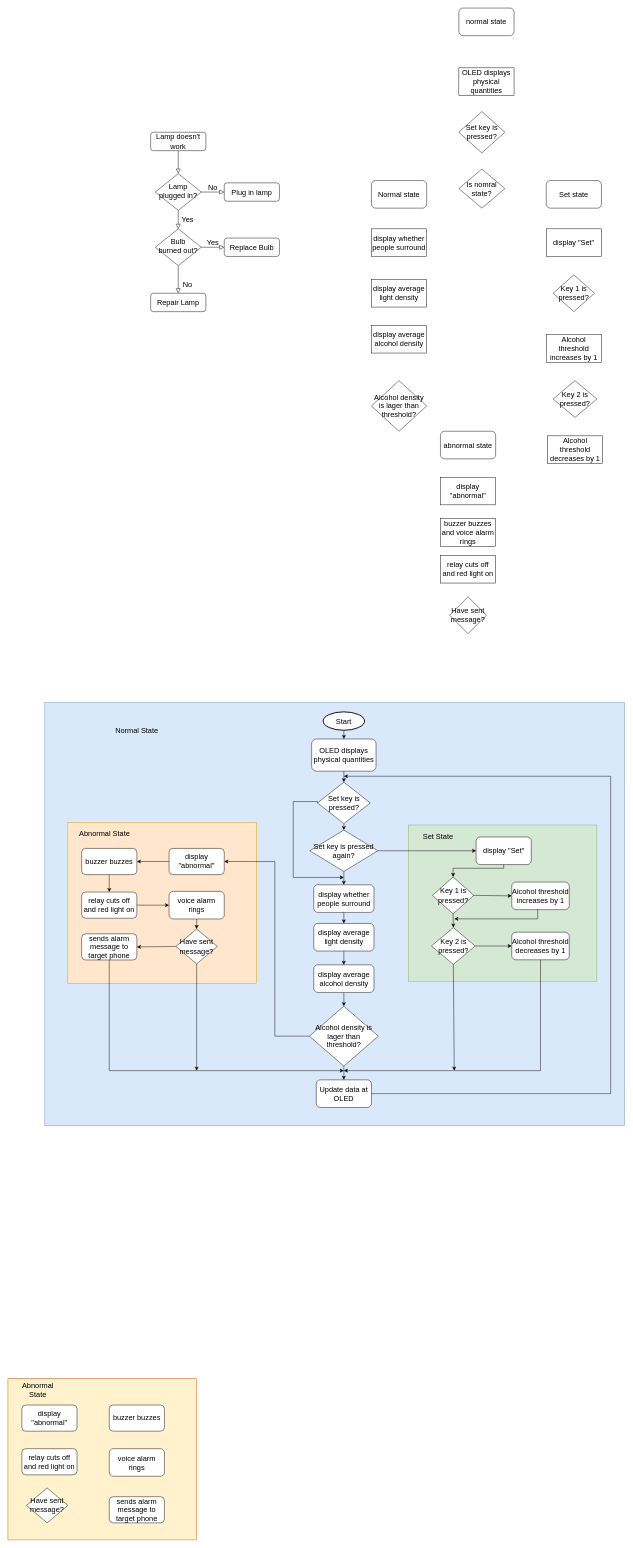
Above: MEC202_Alcohol_Detector_flowchart.drawio in 1102131860/MEC202 (draw.io), before the change. Source tidied: cells renumbered, new cells numbered last; positions are measured from the earlier drawing's top-left corner, leaving out a move shared by most shapes. Both pictures are drawn from the tidied source at 46%, with x=0, y=0 at pixel (8, 8).
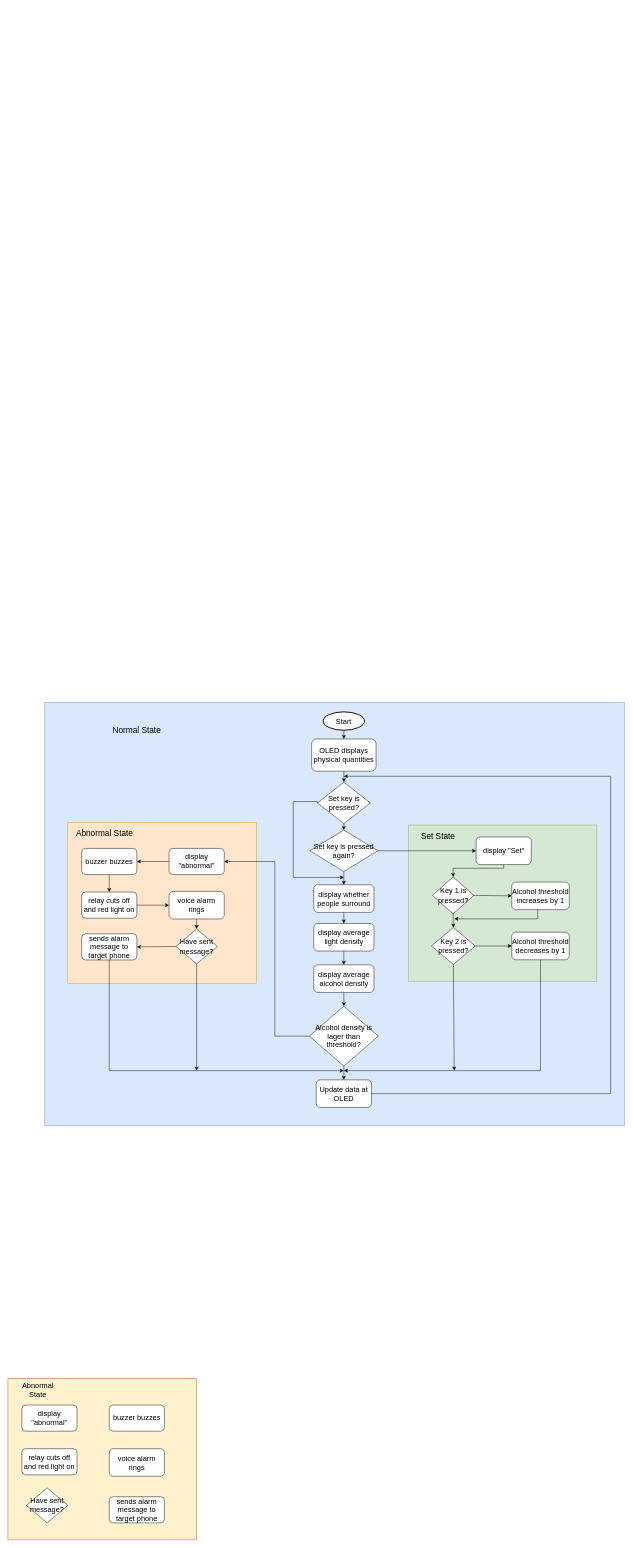
The same diagram, later.

Unchanged cells that the change refers to:
```xml
<mxCell id="34" style="group;fillColor=#ffe6cc;strokeColor=#d79b00;fontSize=16;" parent="1" vertex="1">
  <mxGeometry x="130" y="1770" width="410" height="350" as="geometry" />
</mxCell>
<mxCell id="51" style="group;fontSize=16;" parent="1" vertex="1">
  <mxGeometry x="870" y="1776" width="410" height="340" as="geometry" />
</mxCell>
```

Change to the diagram source:
```diff
@@
-    <mxCell id="3" style="rounded=0;html=1;jettySize=auto;fontSize=16;endArrow=block;endFill=0;endSize=8;strokeWidth=1;shadow=0;labelBackgroundColor=none;edgeStyle=orthogonalEdgeStyle;" parent="1" edge="1" source="4" target="7">
-      <mxGeometry relative="1" as="geometry" />
-    </mxCell>
-    <mxCell id="4" value="Lamp doesn't work" style="rounded=1;whiteSpace=wrap;html=1;fontSize=16;glass=0;strokeWidth=1;shadow=0;" parent="1" vertex="1">
-      <mxGeometry x="310" y="270" width="120" height="40" as="geometry" />
-    </mxCell>
-    <mxCell id="5" value="Yes" style="rounded=0;html=1;jettySize=auto;fontSize=16;endArrow=block;endFill=0;endSize=8;strokeWidth=1;shadow=0;labelBackgroundColor=none;edgeStyle=orthogonalEdgeStyle;" parent="1" edge="1" source="7" target="11">
-      <mxGeometry y="20" relative="1" as="geometry" />
-    </mxCell>
-    <mxCell id="6" value="No" style="edgeStyle=orthogonalEdgeStyle;rounded=0;html=1;jettySize=auto;fontSize=16;endArrow=block;endFill=0;endSize=8;strokeWidth=1;shadow=0;labelBackgroundColor=none;" parent="1" edge="1" source="7" target="8">
-      <mxGeometry y="10" relative="1" as="geometry" />
-    </mxCell>
-    <mxCell id="7" value="Lamp&lt;br style=&quot;font-size: 16px;&quot;&gt;plugged in?" style="rhombus;whiteSpace=wrap;html=1;shadow=0;fontFamily=Helvetica;fontSize=16;align=center;strokeWidth=1;spacing=6;spacingTop=-4;" parent="1" vertex="1">
-      <mxGeometry x="320" y="360" width="100" height="80" as="geometry" />
-    </mxCell>
-    <mxCell id="8" value="Plug in lamp" style="rounded=1;whiteSpace=wrap;html=1;fontSize=16;glass=0;strokeWidth=1;shadow=0;" parent="1" vertex="1">
-      <mxGeometry x="470" y="380" width="120" height="40" as="geometry" />
-    </mxCell>
-    <mxCell id="9" value="No" style="rounded=0;html=1;jettySize=auto;fontSize=16;endArrow=block;endFill=0;endSize=8;strokeWidth=1;shadow=0;labelBackgroundColor=none;edgeStyle=orthogonalEdgeStyle;" parent="1" edge="1" source="11" target="12">
-      <mxGeometry x="0.33" y="20" relative="1" as="geometry" />
-    </mxCell>
-    <mxCell id="10" value="Yes" style="edgeStyle=orthogonalEdgeStyle;rounded=0;html=1;jettySize=auto;fontSize=16;endArrow=block;endFill=0;endSize=8;strokeWidth=1;shadow=0;labelBackgroundColor=none;" parent="1" edge="1" source="11" target="13">
-      <mxGeometry y="10" relative="1" as="geometry" />
-    </mxCell>
-    <mxCell id="11" value="Bulb&lt;br style=&quot;font-size: 16px;&quot;&gt;burned out?" style="rhombus;whiteSpace=wrap;html=1;shadow=0;fontFamily=Helvetica;fontSize=16;align=center;strokeWidth=1;spacing=6;spacingTop=-4;" parent="1" vertex="1">
-      <mxGeometry x="320" y="480" width="100" height="80" as="geometry" />
-    </mxCell>
-    <mxCell id="12" value="Repair Lamp" style="rounded=1;whiteSpace=wrap;html=1;fontSize=16;glass=0;strokeWidth=1;shadow=0;" parent="1" vertex="1">
-      <mxGeometry x="310" y="620" width="120" height="40" as="geometry" />
-    </mxCell>
-    <mxCell id="13" value="Replace Bulb" style="rounded=1;whiteSpace=wrap;html=1;fontSize=16;glass=0;strokeWidth=1;shadow=0;" parent="1" vertex="1">
-      <mxGeometry x="470" y="500" width="120" height="40" as="geometry" />
-    </mxCell>
-    <mxCell id="14" value="normal state" style="rounded=1;whiteSpace=wrap;html=1;fontSize=16;" parent="1" vertex="1">
-      <mxGeometry x="980" width="120" height="60" as="geometry" />
-    </mxCell>
-    <mxCell id="15" value="Set key is pressed?" style="rhombus;whiteSpace=wrap;html=1;fontSize=16;" parent="1" vertex="1">
-      <mxGeometry x="980" y="225" width="100" height="90" as="geometry" />
-    </mxCell>
-    <mxCell id="16" value="Set state" style="rounded=1;whiteSpace=wrap;html=1;fontSize=16;" parent="1" vertex="1">
-      <mxGeometry x="1170" y="375" width="120" height="60" as="geometry" />
-    </mxCell>
-    <mxCell id="17" value="display &quot;Set&quot;" style="rounded=0;whiteSpace=wrap;html=1;fontSize=16;" parent="1" vertex="1">
-      <mxGeometry x="1170" y="480" width="120" height="60" as="geometry" />
-    </mxCell>
-    <mxCell id="18" value="Key 1 is pressed?" style="rhombus;whiteSpace=wrap;html=1;fontSize=16;" parent="1" vertex="1">
-      <mxGeometry x="1185" y="580" width="90" height="80" as="geometry" />
-    </mxCell>
-    <mxCell id="19" value="Alcohol threshold increases by 1" style="rounded=0;whiteSpace=wrap;html=1;fontSize=16;" parent="1" vertex="1">
-      <mxGeometry x="1170" y="710" width="120" height="60" as="geometry" />
-    </mxCell>
-    <mxCell id="20" value="Key 2 is pressed?" style="rhombus;whiteSpace=wrap;html=1;fontSize=16;" parent="1" vertex="1">
-      <mxGeometry x="1185" y="810" width="95" height="80" as="geometry" />
-    </mxCell>
-    <mxCell id="21" value="Alcohol threshold decreases by 1" style="rounded=0;whiteSpace=wrap;html=1;fontSize=16;" parent="1" vertex="1">
-      <mxGeometry x="1172.5" y="930" width="120" height="60" as="geometry" />
-    </mxCell>
-    <mxCell id="22" value="OLED displays physical quantities" style="rounded=0;whiteSpace=wrap;html=1;fontSize=16;" parent="1" vertex="1">
-      <mxGeometry x="980" y="130" width="120" height="60" as="geometry" />
-    </mxCell>
-    <mxCell id="23" value="Is nomral state?" style="rhombus;whiteSpace=wrap;html=1;fontSize=16;" parent="1" vertex="1">
-      <mxGeometry x="980" y="350" width="100" height="85" as="geometry" />
-    </mxCell>
-    <mxCell id="24" value="Normal state" style="rounded=1;whiteSpace=wrap;html=1;fontSize=16;" parent="1" vertex="1">
-      <mxGeometry x="790" y="375" width="120" height="60" as="geometry" />
-    </mxCell>
-    <mxCell id="25" value="display whether people surround" style="rounded=0;whiteSpace=wrap;html=1;fontSize=16;" parent="1" vertex="1">
-      <mxGeometry x="790" y="480" width="120" height="60" as="geometry" />
-    </mxCell>
-    <mxCell id="26" value="display average light density" style="rounded=0;whiteSpace=wrap;html=1;fontSize=16;" parent="1" vertex="1">
-      <mxGeometry x="790" y="590" width="120" height="60" as="geometry" />
-    </mxCell>
-    <mxCell id="27" value="display average alcohol density" style="rounded=0;whiteSpace=wrap;html=1;fontSize=16;" parent="1" vertex="1">
-      <mxGeometry x="790" y="690" width="120" height="60" as="geometry" />
-    </mxCell>
-    <mxCell id="28" value="Alcohol density is lager than threshold?" style="rhombus;whiteSpace=wrap;html=1;fontSize=16;" parent="1" vertex="1">
-      <mxGeometry x="790" y="810" width="120" height="110" as="geometry" />
-    </mxCell>
-    <mxCell id="29" value="display &quot;abnormal&quot;" style="rounded=0;whiteSpace=wrap;html=1;fontSize=16;" parent="1" vertex="1">
-      <mxGeometry x="940" y="1020" width="120" height="60" as="geometry" />
-    </mxCell>
-    <mxCell id="30" value="abnormal state" style="rounded=1;whiteSpace=wrap;html=1;fontSize=16;" parent="1" vertex="1">
-      <mxGeometry x="940" y="920" width="120" height="60" as="geometry" />
-    </mxCell>
-    <mxCell id="31" value="buzzer buzzes and voice alarm rings" style="rounded=0;whiteSpace=wrap;html=1;fontSize=16;" parent="1" vertex="1">
-      <mxGeometry x="940" y="1110" width="120" height="60" as="geometry" />
-    </mxCell>
-    <mxCell id="32" value="relay cuts off and red light on" style="rounded=0;whiteSpace=wrap;html=1;fontSize=16;" parent="1" vertex="1">
-      <mxGeometry x="940" y="1190" width="120" height="60" as="geometry" />
-    </mxCell>
-    <mxCell id="33" value="Have sent message?" style="rhombus;whiteSpace=wrap;html=1;fontSize=16;" parent="1" vertex="1">
-      <mxGeometry x="960" y="1280" width="80" height="80" as="geometry" />
-    </mxCell>
@@
-    <mxCell id="35" value="Abnormal State" style="text;html=1;strokeColor=none;fillColor=none;align=center;verticalAlign=middle;whiteSpace=wrap;rounded=0;fontSize=16;" parent="34" vertex="1">
+    <mxCell id="35" value="&lt;font style=&quot;font-size: 18px;&quot;&gt;Abnormal State&lt;/font&gt;" style="text;html=1;strokeColor=none;fillColor=none;align=center;verticalAlign=middle;whiteSpace=wrap;rounded=0;fontSize=16;" parent="34" vertex="1">
       <mxGeometry x="10" y="9.5" width="140" height="30.5" as="geometry" />
     </mxCell>
@@
-    <mxCell id="47" value="Normal State" style="text;html=1;strokeColor=none;fillColor=none;align=center;verticalAlign=middle;whiteSpace=wrap;rounded=0;fontSize=16;" parent="1" vertex="1">
+    <mxCell id="47" value="&lt;font style=&quot;font-size: 18px;&quot;&gt;Normal State&lt;/font&gt;" style="text;html=1;strokeColor=none;fillColor=none;align=center;verticalAlign=middle;whiteSpace=wrap;rounded=0;fontSize=16;" parent="1" vertex="1">
       <mxGeometry x="220" y="1550" width="120" height="40" as="geometry" />
     </mxCell>
@@
-    <mxCell id="53" value="Set State" style="text;html=1;strokeColor=none;fillColor=none;align=center;verticalAlign=middle;whiteSpace=wrap;rounded=0;fontSize=16;" parent="51" vertex="1">
+    <mxCell id="53" value="&lt;font style=&quot;font-size: 18px;&quot;&gt;Set State&lt;/font&gt;" style="text;html=1;strokeColor=none;fillColor=none;align=center;verticalAlign=middle;whiteSpace=wrap;rounded=0;fontSize=16;" parent="51" vertex="1">
       <mxGeometry x="10" y="10" width="110" height="30" as="geometry" />
     </mxCell>
```
